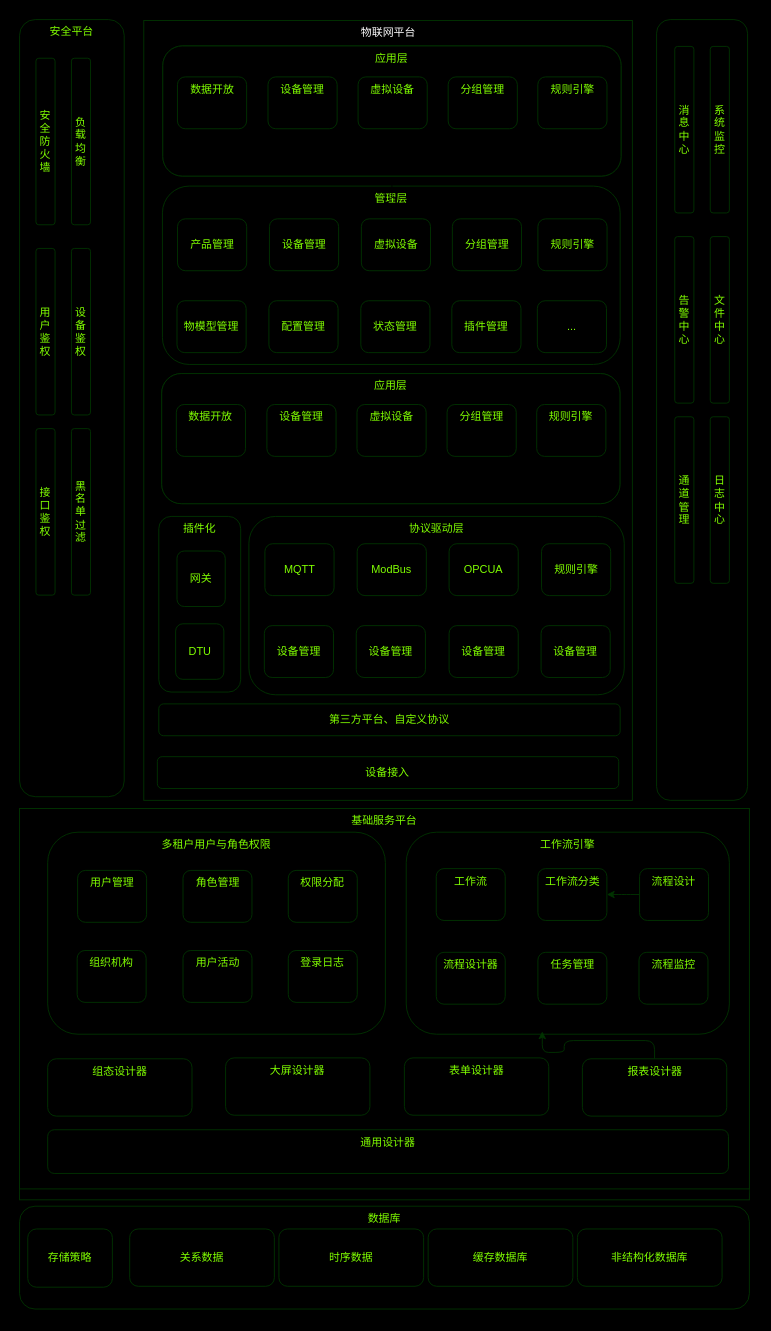
Before: 未命名绘图.drawio in jacobhuang/api-doc, a draw.io diagram. Source tidied: cells renumbered, new cells numbered last; positions are measured from the earlier drawing's top-left corner, leaving out a move shared by most shapes. Both pictures are drawn from the tidied source at 91%, with x=0, y=0 at pixel (19, 19).
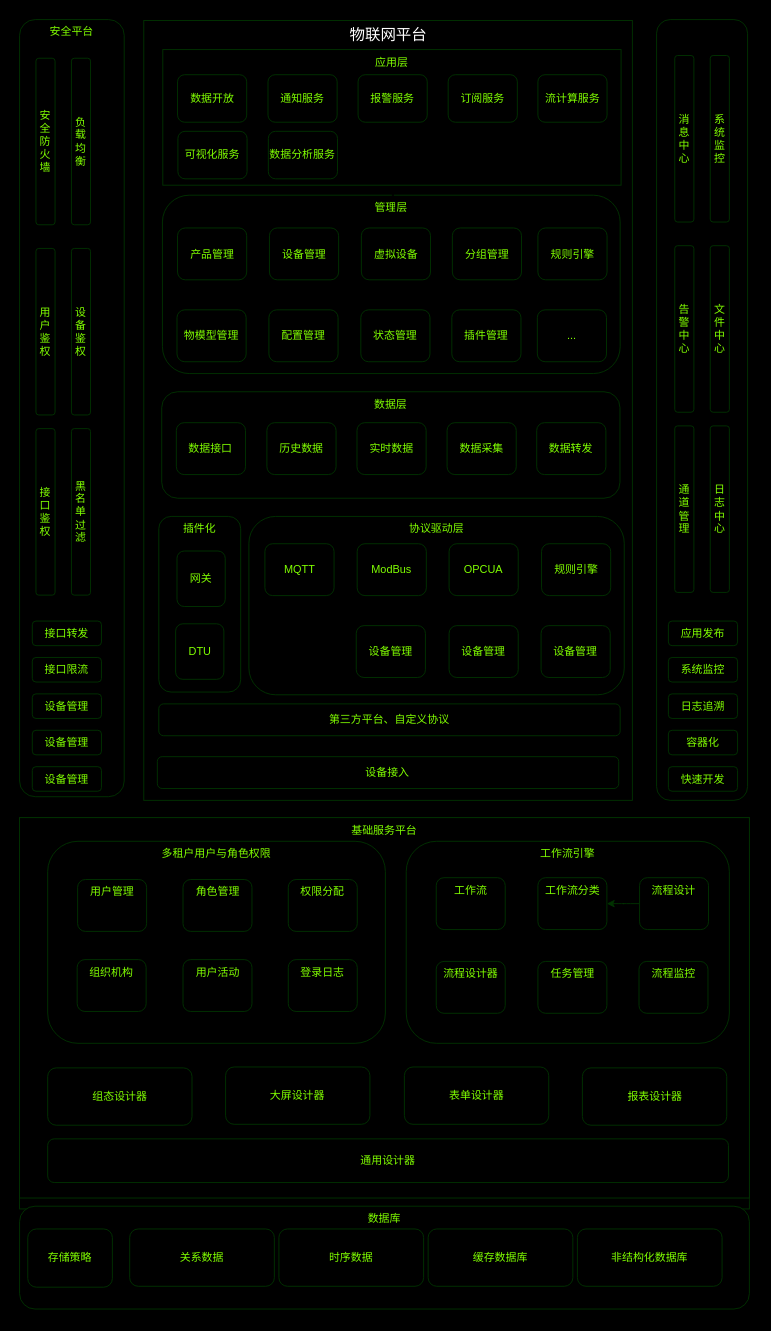
The same diagram, later.

Commit message:
物联网平台V1.1.drawio

Unchanged cells that the change refers to:
```xml
<mxCell id="37" value="工作流引擎" style="rounded=1;whiteSpace=wrap;html=1;fillColor=#000000;fontColor=#80FF00;strokeColor=#003300;glass=0;shadow=1;verticalAlign=top;align=center;fontFamily=Helvetica;fontSize=12;" parent="28" vertex="1">
  <mxGeometry x="424.9" y="26" width="355.1" height="222" as="geometry" />
</mxCell>
```

Diff of the diagram source:
```diff
@@
-    <mxCell id="2" value="物联网平台" style="rounded=0;whiteSpace=wrap;html=1;fillColor=#000000;fontColor=#ffffff;strokeColor=#003300;glass=0;shadow=1;verticalAlign=top;align=center;" parent="1" vertex="1">
+    <mxCell id="2" value="物联网平台" style="rounded=0;whiteSpace=wrap;html=1;fillColor=#000000;fontColor=#ffffff;strokeColor=#003300;glass=0;shadow=1;verticalAlign=top;align=center;fontSize=17;" parent="1" vertex="1">
       <mxGeometry x="136.5" y="1" width="536.9" height="857" as="geometry" />
     </mxCell>
     <mxCell id="3" value="管理层" style="rounded=1;whiteSpace=wrap;html=1;fillColor=#000000;fontColor=#80FF00;strokeColor=#003300;glass=0;shadow=1;verticalAlign=top;align=center;fontFamily=Helvetica;fontSize=12;" parent="1" vertex="1">
-      <mxGeometry x="157" y="183" width="503" height="196" as="geometry" />
+      <mxGeometry x="157" y="193" width="503" height="196" as="geometry" />
     </mxCell>
@@
     <mxCell id="6" value="产品管理" style="rounded=1;whiteSpace=wrap;html=1;fillColor=#000000;fontColor=#80FF00;strokeColor=#003300;" parent="1" vertex="1">
-      <mxGeometry x="173.6" y="219" width="76" height="57" as="geometry" />
+      <mxGeometry x="173.6" y="229" width="76" height="57" as="geometry" />
     </mxCell>
     <mxCell id="7" value="设备管理" style="rounded=1;whiteSpace=wrap;html=1;fillColor=#000000;fontColor=#80FF00;strokeColor=#003300;" parent="1" vertex="1">
-      <mxGeometry x="274.6" y="219" width="76" height="57" as="geometry" />
+      <mxGeometry x="274.6" y="229" width="76" height="57" as="geometry" />
     </mxCell>
-    <mxCell id="8" style="edgeStyle=orthogonalEdgeStyle;rounded=0;jettySize=auto;html=1;" parent="1" edge="1" source="9" target="68">
-      <mxGeometry relative="1" as="geometry" />
+    <mxCell id="8" style="edgeStyle=orthogonalEdgeStyle;rounded=0;jettySize=auto;html=1;" parent="1" edge="1" source="9">
+      <mxGeometry relative="1" as="geometry">
+        <mxPoint x="409.2" y="159" as="targetPoint" />
+      </mxGeometry>
     </mxCell>
+    <mxCell id="88" style="edgeStyle=orthogonalEdgeStyle;rounded=0;jettySize=auto;html=1;" parent="1" edge="1" source="9">
+      <mxGeometry relative="1" as="geometry">
+        <mxPoint x="410.4" y="167" as="targetPoint" />
+      </mxGeometry>
+    </mxCell>
     <mxCell id="9" value="虚拟设备" style="rounded=1;whiteSpace=wrap;html=1;fillColor=#000000;fontColor=#80FF00;strokeColor=#003300;" parent="1" vertex="1">
-      <mxGeometry x="375.6" y="219" width="76" height="57" as="geometry" />
+      <mxGeometry x="375.6" y="229" width="76" height="57" as="geometry" />
     </mxCell>
@@
     <mxCell id="11" value="分组管理" style="rounded=1;whiteSpace=wrap;html=1;fillColor=#000000;fontColor=#80FF00;strokeColor=#003300;" parent="1" vertex="1">
-      <mxGeometry x="475.6" y="219" width="76" height="57" as="geometry" />
+      <mxGeometry x="475.6" y="229" width="76" height="57" as="geometry" />
     </mxCell>
     <mxCell id="12" value="物模型管理" style="rounded=1;whiteSpace=wrap;html=1;fillColor=#000000;fontColor=#80FF00;strokeColor=#003300;" parent="1" vertex="1">
-      <mxGeometry x="173" y="309" width="76" height="57" as="geometry" />
+      <mxGeometry x="173" y="319" width="76" height="57" as="geometry" />
     </mxCell>
     <mxCell id="13" value="配置管理" style="rounded=1;whiteSpace=wrap;html=1;fillColor=#000000;fontColor=#80FF00;strokeColor=#003300;" parent="1" vertex="1">
-      <mxGeometry x="274" y="309" width="76" height="57" as="geometry" />
+      <mxGeometry x="274" y="319" width="76" height="57" as="geometry" />
     </mxCell>
     <mxCell id="14" value="状态管理" style="rounded=1;whiteSpace=wrap;html=1;fillColor=#000000;fontColor=#80FF00;strokeColor=#003300;" parent="1" vertex="1">
-      <mxGeometry x="375" y="309" width="76" height="57" as="geometry" />
+      <mxGeometry x="375" y="319" width="76" height="57" as="geometry" />
     </mxCell>
     <mxCell id="15" value="插件管理" style="rounded=1;whiteSpace=wrap;html=1;fillColor=#000000;fontColor=#80FF00;strokeColor=#003300;" parent="1" vertex="1">
-      <mxGeometry x="475" y="309" width="76" height="57" as="geometry" />
+      <mxGeometry x="475" y="319" width="76" height="57" as="geometry" />
     </mxCell>
     <mxCell id="16" value="规则引擎" style="rounded=1;whiteSpace=wrap;html=1;fillColor=#000000;fontColor=#80FF00;strokeColor=#003300;" parent="1" vertex="1">
-      <mxGeometry x="569.6" y="219" width="76" height="57" as="geometry" />
+      <mxGeometry x="569.6" y="229" width="76" height="57" as="geometry" />
     </mxCell>
     <mxCell id="17" value="..." style="rounded=1;whiteSpace=wrap;html=1;fillColor=#000000;fontColor=#80FF00;strokeColor=#003300;" parent="1" vertex="1">
-      <mxGeometry x="569" y="309" width="76" height="57" as="geometry" />
+      <mxGeometry x="569" y="319" width="76" height="57" as="geometry" />
     </mxCell>
@@
-    <mxCell id="23" value="设备管理" style="rounded=1;whiteSpace=wrap;html=1;fillColor=#000000;fontColor=#80FF00;strokeColor=#003300;" parent="1" vertex="1">
-      <mxGeometry x="269" y="666" width="76" height="57" as="geometry" />
+    <mxCell id="23" value="接口转发" style="rounded=1;whiteSpace=wrap;html=1;fillColor=#000000;fontColor=#80FF00;strokeColor=#003300;" parent="1" vertex="1">
+      <mxGeometry x="14" y="661" width="76" height="27" as="geometry" />
     </mxCell>
@@
-    <mxCell id="28" style="group;rounded=0;strokeColor=#003300;align=center;verticalAlign=top;fontFamily=Helvetica;fontSize=12;fontColor=#80FF00;fillColor=#000000;" parent="1" vertex="1">
-      <mxGeometry y="867" width="802" height="430" as="geometry" />
+    <mxCell id="28" style="group;rounded=0;strokeColor=#003300;align=center;verticalAlign=middle;fontFamily=Helvetica;fontSize=12;fontColor=#80FF00;fillColor=#000000;" parent="1" vertex="1">
+      <mxGeometry y="877" width="802" height="430" as="geometry" />
     </mxCell>
@@
-    <mxCell id="45" value="通用设计器" style="rounded=1;whiteSpace=wrap;html=1;fillColor=#000000;fontColor=#80FF00;strokeColor=#003300;glass=0;shadow=1;verticalAlign=top;align=center;fontFamily=Helvetica;fontSize=12;" parent="28" vertex="1">
+    <mxCell id="45" value="通用设计器" style="rounded=1;whiteSpace=wrap;html=1;fillColor=#000000;fontColor=#80FF00;strokeColor=#003300;glass=0;shadow=1;verticalAlign=middle;align=center;fontFamily=Helvetica;fontSize=12;" parent="28" vertex="1">
       <mxGeometry x="30.9" y="353" width="748.1" height="48" as="geometry" />
     </mxCell>
-    <mxCell id="46" style="edgeStyle=orthogonalEdgeStyle;rounded=1;jettySize=auto;html=1;entryX=0.421;entryY=0.986;entryDx=0;entryDy=0;entryPerimeter=0;strokeColor=#003300;align=center;verticalAlign=top;fontFamily=Helvetica;fontSize=12;fontColor=#80FF00;fillColor=#000000;" parent="28" edge="1" source="49" target="37">
-      <mxGeometry relative="1" as="geometry" />
-    </mxCell>
-    <mxCell id="47" value="组态设计器" style="rounded=1;whiteSpace=wrap;html=1;fillColor=#000000;fontColor=#80FF00;strokeColor=#003300;glass=0;shadow=1;verticalAlign=top;align=center;fontFamily=Helvetica;fontSize=12;" parent="28" vertex="1">
+    <mxCell id="47" value="组态设计器" style="rounded=1;whiteSpace=wrap;html=1;fillColor=#000000;fontColor=#80FF00;strokeColor=#003300;glass=0;shadow=1;verticalAlign=middle;align=center;fontFamily=Helvetica;fontSize=12;" parent="28" vertex="1">
       <mxGeometry x="30.9" y="275" width="158.6" height="63" as="geometry" />
     </mxCell>
-    <mxCell id="48" value="大屏设计器" style="rounded=1;whiteSpace=wrap;html=1;fillColor=#000000;fontColor=#80FF00;strokeColor=#003300;glass=0;shadow=1;verticalAlign=top;align=center;fontFamily=Helvetica;fontSize=12;" parent="28" vertex="1">
+    <mxCell id="48" value="大屏设计器" style="rounded=1;whiteSpace=wrap;html=1;fillColor=#000000;fontColor=#80FF00;strokeColor=#003300;glass=0;shadow=1;verticalAlign=middle;align=center;fontFamily=Helvetica;fontSize=12;" parent="28" vertex="1">
       <mxGeometry x="226.4" y="274" width="158.6" height="63" as="geometry" />
     </mxCell>
-    <mxCell id="49" value="报表设计器" style="rounded=1;whiteSpace=wrap;html=1;fillColor=#000000;fontColor=#80FF00;strokeColor=#003300;glass=0;shadow=1;verticalAlign=top;align=center;fontFamily=Helvetica;fontSize=12;" parent="28" vertex="1">
+    <mxCell id="49" value="报表设计器" style="rounded=1;whiteSpace=wrap;html=1;fillColor=#000000;fontColor=#80FF00;strokeColor=#003300;glass=0;shadow=1;verticalAlign=middle;align=center;fontFamily=Helvetica;fontSize=12;" parent="28" vertex="1">
       <mxGeometry x="618.5" y="275" width="158.6" height="63" as="geometry" />
     </mxCell>
-    <mxCell id="50" value="表单设计器" style="rounded=1;whiteSpace=wrap;html=1;fillColor=#000000;fontColor=#80FF00;strokeColor=#003300;glass=0;shadow=1;verticalAlign=top;align=center;fontFamily=Helvetica;fontSize=12;" parent="28" vertex="1">
+    <mxCell id="50" value="表单设计器" style="rounded=1;whiteSpace=wrap;html=1;fillColor=#000000;fontColor=#80FF00;strokeColor=#003300;glass=0;shadow=1;verticalAlign=middle;align=center;fontFamily=Helvetica;fontSize=12;" parent="28" vertex="1">
       <mxGeometry x="422.9" y="274" width="158.6" height="63" as="geometry" />
     </mxCell>
@@
     <mxCell id="52" value="消息中心" style="rounded=1;whiteSpace=wrap;html=1;fillColor=#000000;fontColor=#80FF00;strokeColor=#003300;horizontal=1;" parent="1" vertex="1">
-      <mxGeometry x="720" y="29.5" width="21" height="183" as="geometry" />
+      <mxGeometry x="720" y="39.5" width="21" height="183" as="geometry" />
     </mxCell>
     <mxCell id="53" value="告警中心" style="rounded=1;whiteSpace=wrap;html=1;fillColor=#000000;fontColor=#80FF00;strokeColor=#003300;horizontal=1;" parent="1" vertex="1">
-      <mxGeometry x="720" y="238.5" width="21" height="183" as="geometry" />
+      <mxGeometry x="720" y="248.5" width="21" height="183" as="geometry" />
     </mxCell>
     <mxCell id="54" value="通道管理" style="rounded=1;whiteSpace=wrap;html=1;fillColor=#000000;fontColor=#80FF00;strokeColor=#003300;horizontal=1;" parent="1" vertex="1">
-      <mxGeometry x="720" y="436.5" width="21" height="183" as="geometry" />
+      <mxGeometry x="720" y="446.5" width="21" height="183" as="geometry" />
     </mxCell>
     <mxCell id="55" value="系统监控" style="rounded=1;whiteSpace=wrap;html=1;fillColor=#000000;fontColor=#80FF00;strokeColor=#003300;horizontal=1;" parent="1" vertex="1">
-      <mxGeometry x="759" y="29.5" width="21" height="183" as="geometry" />
+      <mxGeometry x="759" y="39.5" width="21" height="183" as="geometry" />
     </mxCell>
     <mxCell id="56" value="文件中心" style="rounded=1;whiteSpace=wrap;html=1;fillColor=#000000;fontColor=#80FF00;strokeColor=#003300;horizontal=1;" parent="1" vertex="1">
-      <mxGeometry x="759" y="238.5" width="21" height="183" as="geometry" />
+      <mxGeometry x="759" y="248.5" width="21" height="183" as="geometry" />
     </mxCell>
     <mxCell id="57" value="日志中心" style="rounded=1;whiteSpace=wrap;html=1;fillColor=#000000;fontColor=#80FF00;strokeColor=#003300;horizontal=1;" parent="1" vertex="1">
-      <mxGeometry x="759" y="436.5" width="21" height="183" as="geometry" />
+      <mxGeometry x="759" y="446.5" width="21" height="183" as="geometry" />
     </mxCell>
@@
-    <mxCell id="67" style="group;rounded=1;strokeColor=#003300;align=center;verticalAlign=top;fontFamily=Helvetica;fontSize=12;fontColor=#80FF00;fillColor=#000000;" parent="1" vertex="1">
-      <mxGeometry x="157.4" y="29" width="503.6" height="143" as="geometry" />
+    <mxCell id="67" value="应用层" style="group;rounded=0;strokeColor=#003300;align=center;verticalAlign=top;fontFamily=Helvetica;fontSize=12;fontColor=#80FF00;fillColor=none;" parent="1" vertex="1">
+      <mxGeometry x="157.4" y="33" width="503.6" height="149" as="geometry" />
     </mxCell>
-    <mxCell id="68" value="应用层" style="rounded=1;whiteSpace=wrap;html=1;fillColor=#000000;strokeColor=#003300;gradientColor=none;fontColor=#80FF00;verticalAlign=top;align=center;shadow=1;glass=0;fontFamily=Helvetica;fontSize=12;" parent="67" vertex="1">
-      <mxGeometry width="503.6" height="143" as="geometry" />
-    </mxCell>
-    <mxCell id="69" value="数据开放" style="rounded=1;whiteSpace=wrap;html=1;fillColor=#000000;fontColor=#80FF00;strokeColor=#003300;align=center;verticalAlign=top;fontFamily=Helvetica;fontSize=12;" parent="67" vertex="1">
-      <mxGeometry x="16.1" y="34" width="76" height="57" as="geometry" />
-    </mxCell>
-    <mxCell id="70" value="设备管理" style="rounded=1;whiteSpace=wrap;html=1;fillColor=#000000;fontColor=#80FF00;strokeColor=#003300;align=center;verticalAlign=top;fontFamily=Helvetica;fontSize=12;" parent="67" vertex="1">
-      <mxGeometry x="115.6" y="34" width="76" height="57" as="geometry" />
-    </mxCell>
-    <mxCell id="71" value="虚拟设备" style="rounded=1;whiteSpace=wrap;html=1;fillColor=#000000;fontColor=#80FF00;strokeColor=#003300;align=center;verticalAlign=top;fontFamily=Helvetica;fontSize=12;" parent="67" vertex="1">
-      <mxGeometry x="214.6" y="34" width="76" height="57" as="geometry" />
-    </mxCell>
-    <mxCell id="72" value="分组管理" style="rounded=1;whiteSpace=wrap;html=1;fillColor=#000000;fontColor=#80FF00;strokeColor=#003300;align=center;verticalAlign=top;fontFamily=Helvetica;fontSize=12;" parent="67" vertex="1">
-      <mxGeometry x="313.6" y="34" width="76" height="57" as="geometry" />
-    </mxCell>
-    <mxCell id="73" value="规则引擎" style="rounded=1;whiteSpace=wrap;html=1;fillColor=#000000;fontColor=#80FF00;strokeColor=#003300;align=center;verticalAlign=top;fontFamily=Helvetica;fontSize=12;" parent="67" vertex="1">
-      <mxGeometry x="412.1" y="34" width="76" height="57" as="geometry" />
-    </mxCell>
-    <mxCell id="74" style="group;rounded=1;strokeColor=#003300;align=center;verticalAlign=top;fontFamily=Helvetica;fontSize=12;fontColor=#80FF00;fillColor=#000000;" parent="1" vertex="1">
-      <mxGeometry x="156.2" y="389" width="503.6" height="143" as="geometry" />
-    </mxCell>
-    <mxCell id="75" value="应用层" style="rounded=1;whiteSpace=wrap;html=1;fillColor=#000000;strokeColor=#003300;gradientColor=none;fontColor=#80FF00;verticalAlign=top;align=center;shadow=1;glass=0;fontFamily=Helvetica;fontSize=12;" parent="74" vertex="1">
-      <mxGeometry width="503.6" height="143" as="geometry" />
-    </mxCell>
-    <mxCell id="76" value="数据开放" style="rounded=1;whiteSpace=wrap;html=1;fillColor=#000000;fontColor=#80FF00;strokeColor=#003300;align=center;verticalAlign=top;fontFamily=Helvetica;fontSize=12;" parent="74" vertex="1">
-      <mxGeometry x="16.1" y="34" width="76" height="57" as="geometry" />
-    </mxCell>
-    <mxCell id="77" value="设备管理" style="rounded=1;whiteSpace=wrap;html=1;fillColor=#000000;fontColor=#80FF00;strokeColor=#003300;align=center;verticalAlign=top;fontFamily=Helvetica;fontSize=12;" parent="74" vertex="1">
-      <mxGeometry x="115.6" y="34" width="76" height="57" as="geometry" />
-    </mxCell>
-    <mxCell id="78" value="虚拟设备" style="rounded=1;whiteSpace=wrap;html=1;fillColor=#000000;fontColor=#80FF00;strokeColor=#003300;align=center;verticalAlign=top;fontFamily=Helvetica;fontSize=12;" parent="74" vertex="1">
-      <mxGeometry x="214.6" y="34" width="76" height="57" as="geometry" />
-    </mxCell>
-    <mxCell id="79" value="分组管理" style="rounded=1;whiteSpace=wrap;html=1;fillColor=#000000;fontColor=#80FF00;strokeColor=#003300;align=center;verticalAlign=top;fontFamily=Helvetica;fontSize=12;" parent="74" vertex="1">
-      <mxGeometry x="313.6" y="34" width="76" height="57" as="geometry" />
-    </mxCell>
-    <mxCell id="80" value="规则引擎" style="rounded=1;whiteSpace=wrap;html=1;fillColor=#000000;fontColor=#80FF00;strokeColor=#003300;align=center;verticalAlign=top;fontFamily=Helvetica;fontSize=12;" parent="74" vertex="1">
-      <mxGeometry x="412.1" y="34" width="76" height="57" as="geometry" />
-    </mxCell>
@@
+    <mxCell id="89" value="接口限流" style="rounded=1;whiteSpace=wrap;html=1;fillColor=#000000;fontColor=#80FF00;strokeColor=#003300;" parent="1" vertex="1">
+      <mxGeometry x="14" y="701" width="76" height="27" as="geometry" />
+    </mxCell>
+    <mxCell id="90" value="设备管理" style="rounded=1;whiteSpace=wrap;html=1;fillColor=#000000;fontColor=#80FF00;strokeColor=#003300;" parent="1" vertex="1">
+      <mxGeometry x="14" y="741" width="76" height="27" as="geometry" />
+    </mxCell>
+    <mxCell id="91" value="设备管理" style="rounded=1;whiteSpace=wrap;html=1;fillColor=#000000;fontColor=#80FF00;strokeColor=#003300;" parent="1" vertex="1">
+      <mxGeometry x="14" y="781" width="76" height="27" as="geometry" />
+    </mxCell>
+    <mxCell id="92" value="设备管理" style="rounded=1;whiteSpace=wrap;html=1;fillColor=#000000;fontColor=#80FF00;strokeColor=#003300;" parent="1" vertex="1">
+      <mxGeometry x="14" y="821" width="76" height="27" as="geometry" />
+    </mxCell>
+    <mxCell id="93" value="应用发布" style="rounded=1;whiteSpace=wrap;html=1;fillColor=#000000;fontColor=#80FF00;strokeColor=#003300;" parent="1" vertex="1">
+      <mxGeometry x="713" y="661" width="76" height="27" as="geometry" />
+    </mxCell>
+    <mxCell id="94" value="系统监控" style="rounded=1;whiteSpace=wrap;html=1;fillColor=#000000;fontColor=#80FF00;strokeColor=#003300;" parent="1" vertex="1">
+      <mxGeometry x="713" y="701" width="76" height="27" as="geometry" />
+    </mxCell>
+    <mxCell id="95" value="日志追溯" style="rounded=1;whiteSpace=wrap;html=1;fillColor=#000000;fontColor=#80FF00;strokeColor=#003300;" parent="1" vertex="1">
+      <mxGeometry x="713" y="741" width="76" height="27" as="geometry" />
+    </mxCell>
+    <mxCell id="96" value="容器化" style="rounded=1;whiteSpace=wrap;html=1;fillColor=#000000;fontColor=#80FF00;strokeColor=#003300;" parent="1" vertex="1">
+      <mxGeometry x="713" y="781" width="76" height="27" as="geometry" />
+    </mxCell>
+    <mxCell id="97" value="快速开发" style="rounded=1;whiteSpace=wrap;html=1;fillColor=#000000;fontColor=#80FF00;strokeColor=#003300;" parent="1" vertex="1">
+      <mxGeometry x="713" y="821" width="76" height="27" as="geometry" />
+    </mxCell>
+    <mxCell id="69" value="数据开放" style="rounded=1;whiteSpace=wrap;html=1;fillColor=#000000;fontColor=#80FF00;strokeColor=#003300;align=center;verticalAlign=middle;fontFamily=Helvetica;fontSize=12;" parent="1" vertex="1">
+      <mxGeometry x="173.6" y="60.6" width="76" height="52.2" as="geometry" />
+    </mxCell>
+    <mxCell id="70" value="通知服务" style="rounded=1;whiteSpace=wrap;html=1;fillColor=#000000;fontColor=#80FF00;strokeColor=#003300;align=center;verticalAlign=middle;fontFamily=Helvetica;fontSize=12;" parent="1" vertex="1">
+      <mxGeometry x="273" y="60.6" width="76" height="52.2" as="geometry" />
+    </mxCell>
+    <mxCell id="71" value="报警服务" style="rounded=1;whiteSpace=wrap;html=1;fillColor=#000000;fontColor=#80FF00;strokeColor=#003300;align=center;verticalAlign=middle;fontFamily=Helvetica;fontSize=12;" parent="1" vertex="1">
+      <mxGeometry x="372" y="60.6" width="76" height="52.2" as="geometry" />
+    </mxCell>
+    <mxCell id="72" value="订阅服务" style="rounded=1;whiteSpace=wrap;html=1;fillColor=#000000;fontColor=#80FF00;strokeColor=#003300;align=center;verticalAlign=middle;fontFamily=Helvetica;fontSize=12;" parent="1" vertex="1">
+      <mxGeometry x="471" y="60.6" width="76" height="52.2" as="geometry" />
+    </mxCell>
+    <mxCell id="98" style="edgeStyle=orthogonalEdgeStyle;rounded=0;jettySize=auto;html=1;" parent="1" edge="1" source="73" target="72">
+      <mxGeometry relative="1" as="geometry" />
+    </mxCell>
+    <mxCell id="73" value="流计算服务" style="rounded=1;whiteSpace=wrap;html=1;fillColor=#000000;fontColor=#80FF00;strokeColor=#003300;align=center;verticalAlign=middle;fontFamily=Helvetica;fontSize=12;" parent="1" vertex="1">
+      <mxGeometry x="569.6" y="60.6" width="76" height="52.2" as="geometry" />
+    </mxCell>
+    <mxCell id="99" value="可视化服务" style="rounded=1;whiteSpace=wrap;html=1;fillColor=#000000;fontColor=#80FF00;strokeColor=#003300;align=center;verticalAlign=middle;fontFamily=Helvetica;fontSize=12;" parent="1" vertex="1">
+      <mxGeometry x="174" y="122.8" width="76" height="52.2" as="geometry" />
+    </mxCell>
+    <mxCell id="100" value="数据分析服务" style="rounded=1;whiteSpace=wrap;html=1;fillColor=#000000;fontColor=#80FF00;strokeColor=#003300;align=center;verticalAlign=middle;fontFamily=Helvetica;fontSize=12;" parent="1" vertex="1">
+      <mxGeometry x="273.4" y="122.8" width="76" height="52.2" as="geometry" />
+    </mxCell>
+    <mxCell id="75" value="数据层" style="rounded=1;whiteSpace=wrap;html=1;fillColor=#000000;strokeColor=#003300;gradientColor=none;fontColor=#80FF00;verticalAlign=top;align=center;shadow=1;glass=0;fontFamily=Helvetica;fontSize=12;" parent="1" vertex="1">
+      <mxGeometry x="156.2" y="409" width="503.6" height="117" as="geometry" />
+    </mxCell>
+    <mxCell id="76" value="数据接口" style="rounded=1;whiteSpace=wrap;html=1;fillColor=#000000;fontColor=#80FF00;strokeColor=#003300;align=center;verticalAlign=middle;fontFamily=Helvetica;fontSize=12;" parent="1" vertex="1">
+      <mxGeometry x="172.3" y="443" width="76" height="57" as="geometry" />
+    </mxCell>
+    <mxCell id="77" value="历史数据" style="rounded=1;whiteSpace=wrap;html=1;fillColor=#000000;fontColor=#80FF00;strokeColor=#003300;align=center;verticalAlign=middle;fontFamily=Helvetica;fontSize=12;" parent="1" vertex="1">
+      <mxGeometry x="271.8" y="443" width="76" height="57" as="geometry" />
+    </mxCell>
+    <mxCell id="78" value="实时数据" style="rounded=1;whiteSpace=wrap;html=1;fillColor=#000000;fontColor=#80FF00;strokeColor=#003300;align=center;verticalAlign=middle;fontFamily=Helvetica;fontSize=12;" parent="1" vertex="1">
+      <mxGeometry x="370.8" y="443" width="76" height="57" as="geometry" />
+    </mxCell>
+    <mxCell id="79" value="数据采集" style="rounded=1;whiteSpace=wrap;html=1;fillColor=#000000;fontColor=#80FF00;strokeColor=#003300;align=center;verticalAlign=middle;fontFamily=Helvetica;fontSize=12;" parent="1" vertex="1">
+      <mxGeometry x="469.8" y="443" width="76" height="57" as="geometry" />
+    </mxCell>
+    <mxCell id="80" value="数据转发" style="rounded=1;whiteSpace=wrap;html=1;fillColor=#000000;fontColor=#80FF00;strokeColor=#003300;align=center;verticalAlign=middle;fontFamily=Helvetica;fontSize=12;" parent="1" vertex="1">
+      <mxGeometry x="568.3" y="443" width="76" height="57" as="geometry" />
+    </mxCell>
```
